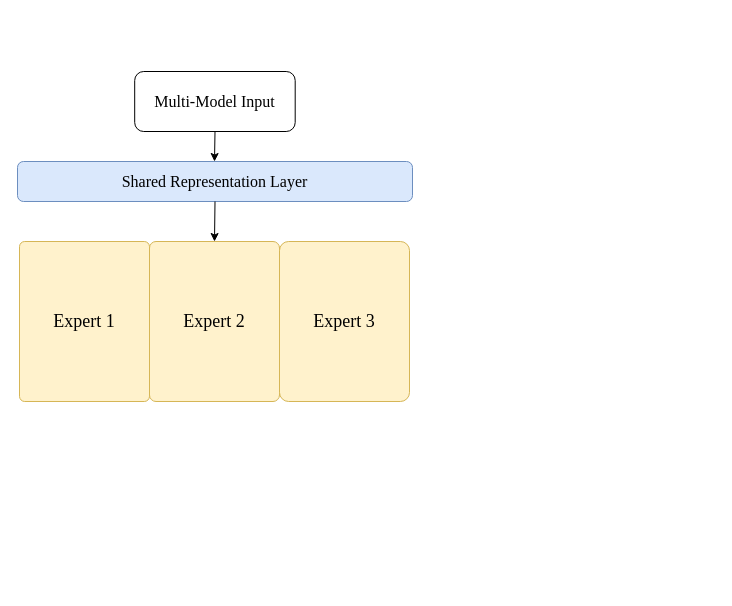
Before: RockBurstLLM.drawio in hzb29/hzb29, a draw.io diagram. Source tidied: cells renumbered, new cells numbered last; positions are measured from the earlier drawing's top-left corner, leaving out a move shared by most shapes. Both pictures are drawn from the tidied source at 100%, with x=0, y=0 at pixel (17, 71).
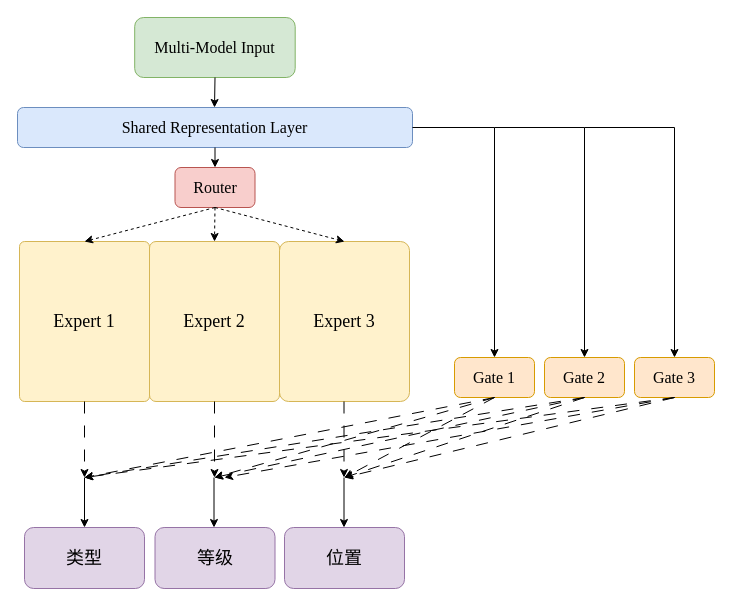
After the change.

The change refers to these unchanged cells:
```xml
<mxCell id="3" value="&lt;font face=&quot;Times New Roman&quot; style=&quot;font-size: 18px;&quot;&gt;Expert 1&lt;/font&gt;" style="rounded=1;whiteSpace=wrap;html=1;fillColor=#fff2cc;strokeColor=#d6b656;arcSize=4;" parent="1" vertex="1">
  <mxGeometry x="2" y="170" width="130" height="160" as="geometry" />
</mxCell>
<mxCell id="4" value="&lt;font face=&quot;Times New Roman&quot; style=&quot;font-size: 18px;&quot;&gt;Expert 2&lt;/font&gt;" style="rounded=1;whiteSpace=wrap;html=1;fillColor=#fff2cc;strokeColor=#d6b656;arcSize=5;" parent="1" vertex="1">
  <mxGeometry x="132" y="170" width="130" height="160" as="geometry" />
</mxCell>
<mxCell id="5" value="&lt;span style=&quot;font-family: &amp;quot;Times New Roman&amp;quot;; font-size: 18px;&quot;&gt;Expert 3&lt;/span&gt;" style="rounded=1;whiteSpace=wrap;html=1;fillColor=#fff2cc;strokeColor=#d6b656;arcSize=7;" parent="1" vertex="1">
  <mxGeometry x="262" y="170" width="130" height="160" as="geometry" />
</mxCell>
```

The edit, as a diff of the source:
```diff
@@
     <mxCell id="2" value="&lt;font size=&quot;3&quot; face=&quot;Times New Roman&quot;&gt;Shared Representation Layer&lt;/font&gt;" style="rounded=1;whiteSpace=wrap;html=1;fillColor=#dae8fc;strokeColor=#6c8ebf;" parent="1" vertex="1">
-      <mxGeometry y="90" width="395" height="40" as="geometry" />
+      <mxGeometry y="36" width="395" height="40" as="geometry" />
     </mxCell>
@@
-    <mxCell id="6" style="endArrow=classic;html=1;rounded=0;exitX=0.5;exitY=1;exitDx=0;exitDy=0;entryX=0.5;entryY=0;entryDx=0;entryDy=0;" parent="1" edge="1" source="2" target="4">
-      <mxGeometry relative="1" as="geometry" />
-    </mxCell>
-    <mxCell id="7" value="&lt;font style=&quot;font-size: 16px;&quot; face=&quot;Times New Roman&quot;&gt;Multi-Model Input&lt;/font&gt;" style="rounded=1;whiteSpace=wrap;html=1;" parent="1" vertex="1">
-      <mxGeometry x="117.2" width="160.5" height="60" as="geometry" />
+    <mxCell id="7" value="&lt;font style=&quot;font-size: 16px;&quot; face=&quot;Times New Roman&quot;&gt;Multi-Model Input&lt;/font&gt;" style="rounded=1;whiteSpace=wrap;html=1;fillColor=#d5e8d4;strokeColor=#82b366;" parent="1" vertex="1">
+      <mxGeometry x="117.2" y="-54" width="160.5" height="60" as="geometry" />
     </mxCell>
     <mxCell id="8" style="endArrow=classic;html=1;rounded=0;exitX=0.5;exitY=1;exitDx=0;exitDy=0;" parent="1" edge="1">
       <mxGeometry relative="1" as="geometry">
-        <mxPoint x="197.5" y="60" as="sourcePoint" />
-        <mxPoint x="197" y="90" as="targetPoint" />
+        <mxPoint x="197.5" y="6" as="sourcePoint" />
+        <mxPoint x="197" y="36" as="targetPoint" />
       </mxGeometry>
     </mxCell>
+    <mxCell id="9" value="&lt;font size=&quot;3&quot; face=&quot;Times New Roman&quot;&gt;Router&lt;/font&gt;" style="rounded=1;whiteSpace=wrap;html=1;fillColor=#f8cecc;strokeColor=#b85450;" parent="1" vertex="1">
+      <mxGeometry x="157.5" y="96" width="80" height="40" as="geometry" />
+    </mxCell>
+    <mxCell id="10" value="&lt;font face=&quot;Times New Roman&quot; style=&quot;font-size: 18px;&quot;&gt;类型&lt;/font&gt;" style="rounded=1;whiteSpace=wrap;html=1;fillColor=#e1d5e7;strokeColor=#9673a6;" parent="1" vertex="1">
+      <mxGeometry x="7" y="456" width="120" height="61" as="geometry" />
+    </mxCell>
+    <mxCell id="11" value="&lt;font face=&quot;Times New Roman&quot; style=&quot;font-size: 18px;&quot;&gt;等级&lt;/font&gt;" style="rounded=1;whiteSpace=wrap;html=1;fillColor=#e1d5e7;strokeColor=#9673a6;" parent="1" vertex="1">
+      <mxGeometry x="137.5" y="456" width="120" height="61" as="geometry" />
+    </mxCell>
+    <mxCell id="12" value="&lt;font face=&quot;Times New Roman&quot; style=&quot;font-size: 18px;&quot;&gt;位置&lt;/font&gt;" style="rounded=1;whiteSpace=wrap;html=1;fillColor=#e1d5e7;strokeColor=#9673a6;" parent="1" vertex="1">
+      <mxGeometry x="267" y="456" width="120" height="61" as="geometry" />
+    </mxCell>
+    <mxCell id="13" style="endArrow=classic;html=1;rounded=0;exitX=0.5;exitY=1;exitDx=0;exitDy=0;entryX=0.5;entryY=0;entryDx=0;entryDy=0;" parent="1" edge="1" source="2" target="9">
+      <mxGeometry relative="1" as="geometry" />
+    </mxCell>
+    <mxCell id="14" style="endArrow=classic;html=1;rounded=0;exitX=0.5;exitY=1;exitDx=0;exitDy=0;entryX=0.5;entryY=0;entryDx=0;entryDy=0;dashed=1;" parent="1" edge="1" source="9" target="3">
+      <mxGeometry relative="1" as="geometry" />
+    </mxCell>
+    <mxCell id="15" style="endArrow=classic;html=1;rounded=0;exitX=0.5;exitY=1;exitDx=0;exitDy=0;entryX=0.5;entryY=0;entryDx=0;entryDy=0;dashed=1;" parent="1" edge="1" source="9" target="4">
+      <mxGeometry relative="1" as="geometry" />
+    </mxCell>
+    <mxCell id="16" style="endArrow=classic;html=1;rounded=0;exitX=0.5;exitY=1;exitDx=0;exitDy=0;entryX=0.5;entryY=0;entryDx=0;entryDy=0;dashed=1;" parent="1" edge="1" source="9" target="5">
+      <mxGeometry relative="1" as="geometry" />
+    </mxCell>
+    <mxCell id="17" value="&lt;font size=&quot;3&quot; face=&quot;Times New Roman&quot;&gt;Gate 1&lt;/font&gt;" style="rounded=1;whiteSpace=wrap;html=1;fillColor=#ffe6cc;strokeColor=#d79b00;" parent="1" vertex="1">
+      <mxGeometry x="437" y="286" width="80" height="40" as="geometry" />
+    </mxCell>
+    <mxCell id="18" value="&lt;font size=&quot;3&quot; face=&quot;Times New Roman&quot;&gt;Gate 2&lt;/font&gt;" style="rounded=1;whiteSpace=wrap;html=1;fillColor=#ffe6cc;strokeColor=#d79b00;" parent="1" vertex="1">
+      <mxGeometry x="527" y="286" width="80" height="40" as="geometry" />
+    </mxCell>
+    <mxCell id="19" value="&lt;font size=&quot;3&quot; face=&quot;Times New Roman&quot;&gt;Gate 3&lt;/font&gt;" style="rounded=1;whiteSpace=wrap;html=1;fillColor=#ffe6cc;strokeColor=#d79b00;" parent="1" vertex="1">
+      <mxGeometry x="617" y="286" width="80" height="40" as="geometry" />
+    </mxCell>
+    <mxCell id="20" style="endArrow=classic;html=1;rounded=0;exitX=1;exitY=0.5;exitDx=0;exitDy=0;entryX=0.5;entryY=0;entryDx=0;entryDy=0;" parent="1" edge="1" source="2" target="17">
+      <mxGeometry relative="1" as="geometry">
+        <Array as="points">
+          <mxPoint x="477" y="56" />
+        </Array>
+      </mxGeometry>
+    </mxCell>
+    <mxCell id="21" style="endArrow=classic;html=1;rounded=0;entryX=0.5;entryY=0;entryDx=0;entryDy=0;" parent="1" edge="1" target="18">
+      <mxGeometry relative="1" as="geometry">
+        <mxPoint x="477" y="56" as="sourcePoint" />
+        <Array as="points">
+          <mxPoint x="567" y="56" />
+        </Array>
+      </mxGeometry>
+    </mxCell>
+    <mxCell id="22" style="endArrow=classic;html=1;rounded=0;entryX=0.5;entryY=0;entryDx=0;entryDy=0;" parent="1" edge="1" target="19">
+      <mxGeometry relative="1" as="geometry">
+        <mxPoint x="567" y="56" as="sourcePoint" />
+        <Array as="points">
+          <mxPoint x="657" y="56" />
+        </Array>
+      </mxGeometry>
+    </mxCell>
+    <mxCell id="23" style="endArrow=classic;html=1;rounded=0;exitX=0.5;exitY=1;exitDx=0;exitDy=0;dashed=1;dashPattern=12 12;" parent="1" edge="1" source="3">
+      <mxGeometry relative="1" as="geometry">
+        <mxPoint x="67" y="406" as="targetPoint" />
+      </mxGeometry>
+    </mxCell>
+    <mxCell id="24" style="endArrow=classic;html=1;rounded=0;exitX=0.5;exitY=1;exitDx=0;exitDy=0;dashed=1;dashPattern=12 12;" parent="1" edge="1" source="17">
+      <mxGeometry relative="1" as="geometry">
+        <mxPoint x="67" y="406" as="targetPoint" />
+      </mxGeometry>
+    </mxCell>
+    <mxCell id="25" style="endArrow=classic;html=1;rounded=0;exitX=0.5;exitY=1;exitDx=0;exitDy=0;dashed=1;dashPattern=12 12;" parent="1" edge="1">
+      <mxGeometry relative="1" as="geometry">
+        <mxPoint x="197" y="330" as="sourcePoint" />
+        <mxPoint x="197" y="406" as="targetPoint" />
+      </mxGeometry>
+    </mxCell>
+    <mxCell id="26" style="endArrow=classic;html=1;rounded=0;exitX=0.5;exitY=1;exitDx=0;exitDy=0;dashed=1;dashPattern=12 12;" parent="1" edge="1" source="17">
+      <mxGeometry relative="1" as="geometry">
+        <mxPoint x="197" y="406" as="targetPoint" />
+      </mxGeometry>
+    </mxCell>
+    <mxCell id="27" style="endArrow=classic;html=1;rounded=0;exitX=0.5;exitY=1;exitDx=0;exitDy=0;dashed=1;dashPattern=12 12;" parent="1" edge="1">
+      <mxGeometry relative="1" as="geometry">
+        <mxPoint x="326.5" y="330" as="sourcePoint" />
+        <mxPoint x="326.5" y="406" as="targetPoint" />
+      </mxGeometry>
+    </mxCell>
+    <mxCell id="28" style="endArrow=classic;html=1;rounded=0;exitX=0.5;exitY=1;exitDx=0;exitDy=0;dashed=1;dashPattern=12 12;" parent="1" edge="1" source="17">
+      <mxGeometry relative="1" as="geometry">
+        <mxPoint x="327" y="406" as="targetPoint" />
+      </mxGeometry>
+    </mxCell>
+    <mxCell id="29" style="endArrow=classic;html=1;rounded=0;exitX=0.5;exitY=1;exitDx=0;exitDy=0;dashed=1;dashPattern=12 12;" parent="1" edge="1" source="18">
+      <mxGeometry relative="1" as="geometry">
+        <mxPoint x="67" y="406" as="targetPoint" />
+      </mxGeometry>
+    </mxCell>
+    <mxCell id="30" style="endArrow=classic;html=1;rounded=0;exitX=0.5;exitY=1;exitDx=0;exitDy=0;dashed=1;dashPattern=12 12;" parent="1" edge="1" source="18">
+      <mxGeometry relative="1" as="geometry">
+        <mxPoint x="197" y="406" as="targetPoint" />
+      </mxGeometry>
+    </mxCell>
+    <mxCell id="31" style="endArrow=classic;html=1;rounded=0;exitX=0.5;exitY=1;exitDx=0;exitDy=0;dashed=1;dashPattern=12 12;" parent="1" edge="1" source="18">
+      <mxGeometry relative="1" as="geometry">
+        <mxPoint x="327" y="406" as="targetPoint" />
+      </mxGeometry>
+    </mxCell>
+    <mxCell id="32" style="endArrow=classic;html=1;rounded=0;exitX=0.5;exitY=1;exitDx=0;exitDy=0;dashed=1;dashPattern=12 12;" parent="1" edge="1" source="19">
+      <mxGeometry relative="1" as="geometry">
+        <mxPoint x="327" y="406" as="targetPoint" />
+      </mxGeometry>
+    </mxCell>
+    <mxCell id="33" style="endArrow=classic;html=1;rounded=0;exitX=0.5;exitY=1;exitDx=0;exitDy=0;dashed=1;dashPattern=12 12;" parent="1" edge="1" source="19">
+      <mxGeometry relative="1" as="geometry">
+        <mxPoint x="207" y="406" as="targetPoint" />
+      </mxGeometry>
+    </mxCell>
+    <mxCell id="34" style="endArrow=classic;html=1;rounded=0;exitX=0.5;exitY=1;exitDx=0;exitDy=0;dashed=1;dashPattern=12 12;" parent="1" edge="1" source="19">
+      <mxGeometry relative="1" as="geometry">
+        <mxPoint x="67" y="406" as="targetPoint" />
+      </mxGeometry>
+    </mxCell>
+    <mxCell id="35" style="endArrow=classic;html=1;rounded=0;entryX=0.5;entryY=0;entryDx=0;entryDy=0;" parent="1" edge="1" target="10">
+      <mxGeometry relative="1" as="geometry">
+        <mxPoint x="67" y="406" as="sourcePoint" />
+      </mxGeometry>
+    </mxCell>
+    <mxCell id="36" style="endArrow=classic;html=1;rounded=0;entryX=0.5;entryY=0;entryDx=0;entryDy=0;" parent="1" edge="1">
+      <mxGeometry relative="1" as="geometry">
+        <mxPoint x="196.5" y="406" as="sourcePoint" />
+        <mxPoint x="196.5" y="456" as="targetPoint" />
+      </mxGeometry>
+    </mxCell>
+    <mxCell id="37" style="endArrow=classic;html=1;rounded=0;entryX=0.5;entryY=0;entryDx=0;entryDy=0;" parent="1" edge="1">
+      <mxGeometry relative="1" as="geometry">
+        <mxPoint x="326.5" y="406" as="sourcePoint" />
+        <mxPoint x="326.5" y="456" as="targetPoint" />
+      </mxGeometry>
+    </mxCell>
```
